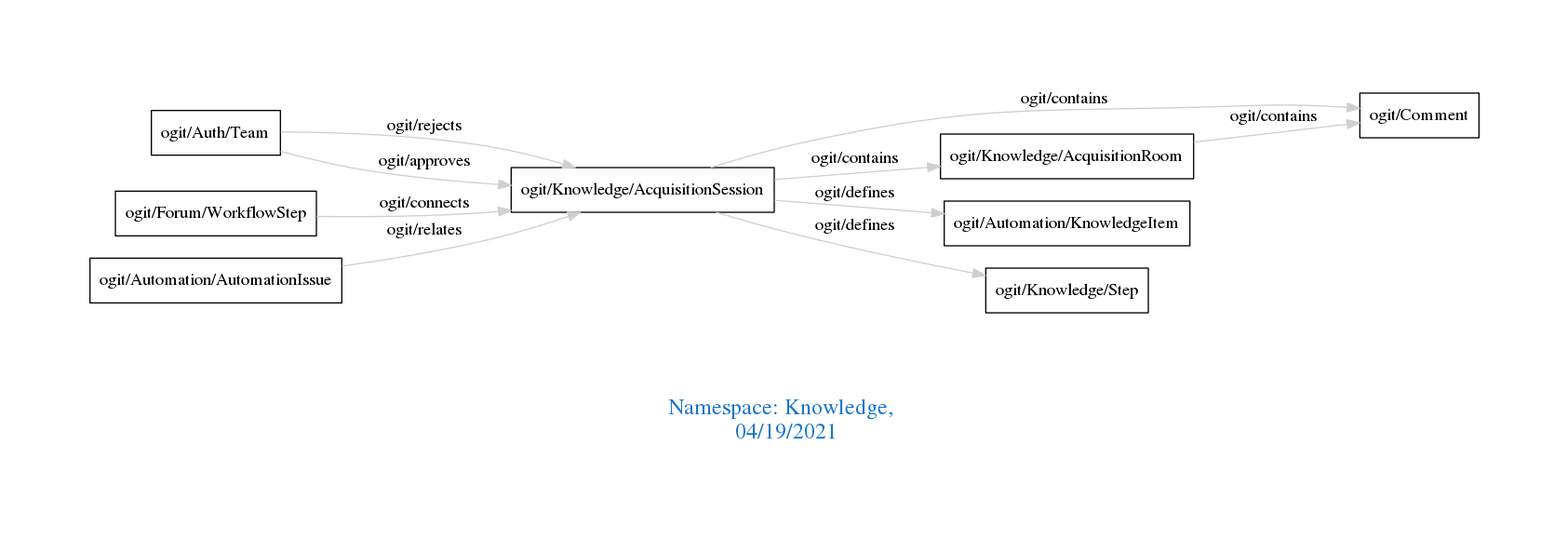
Before: downloads/Knowledge.png, a diagram exported from Graphviz (arago/OGIT). Its source is kept beside it as downloads/Knowledge.dot.
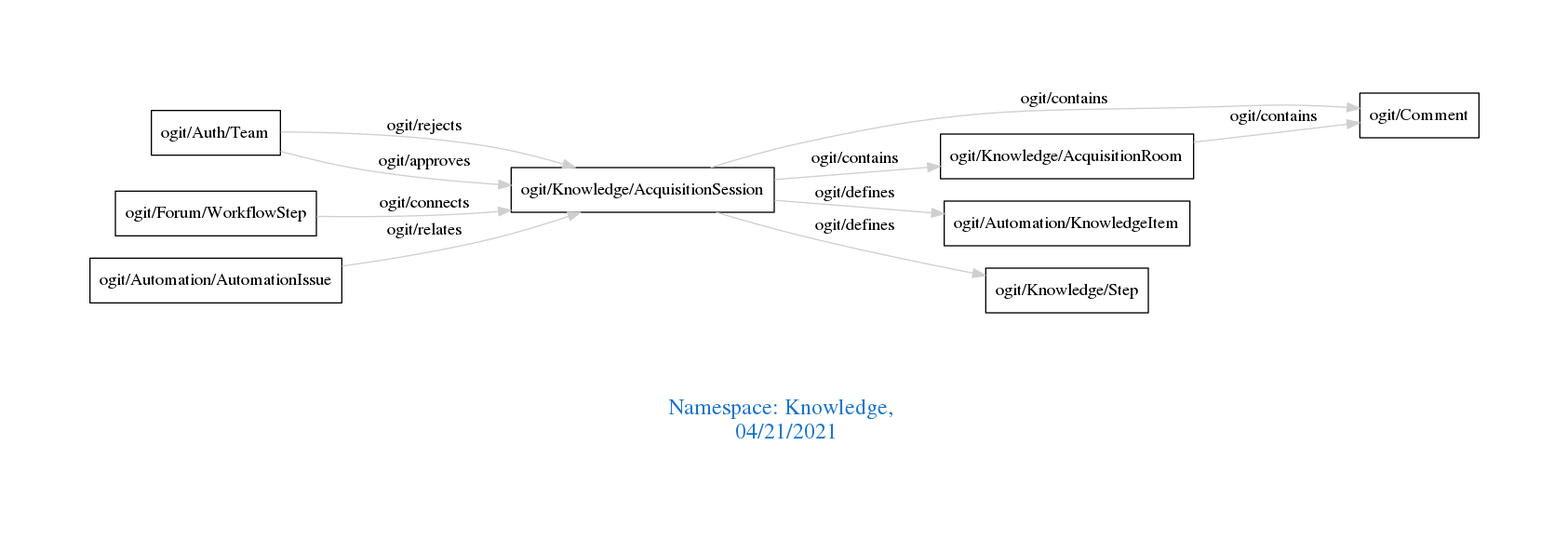
The same file after the commit.

What changed in the source:
```diff
@@ -1,7 +1,7 @@
 digraph OGIT_ontology {
  graph [ rankdir= LR,pad=1
 fontsize = 18,
-fontcolor= dodgerblue3,label = "\n\n\nNamespace: Knowledge, \n 04/19/2021"];
+fontcolor= dodgerblue3,label = "\n\n\nNamespace: Knowledge, \n 04/21/2021"];
 node[shape=polygon];
 edge [  color="gray81"];
 
```
